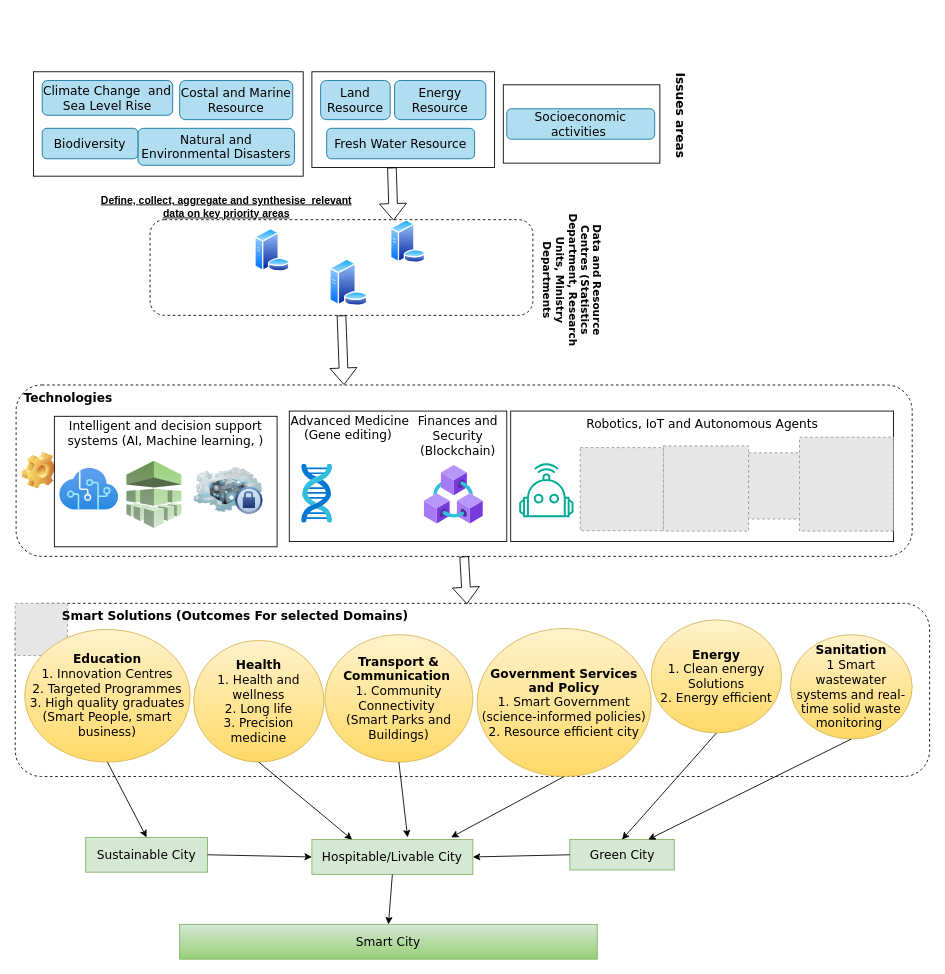
The draw.io diagram page "BarbudaSmart" (2 of 2) of SystemReasoningOverview.drawio in Kibolabs/Diagrams, before the edit. Source tidied: cells renumbered, new cells numbered last; positions are measured from the earlier drawing's top-left corner, leaving out a move shared by most shapes. Both pictures are drawn from the tidied source at 87%, with x=0, y=0 at pixel (15, 71). Pictures stored in the file or linked from it are replaced by grey dashed boxes.
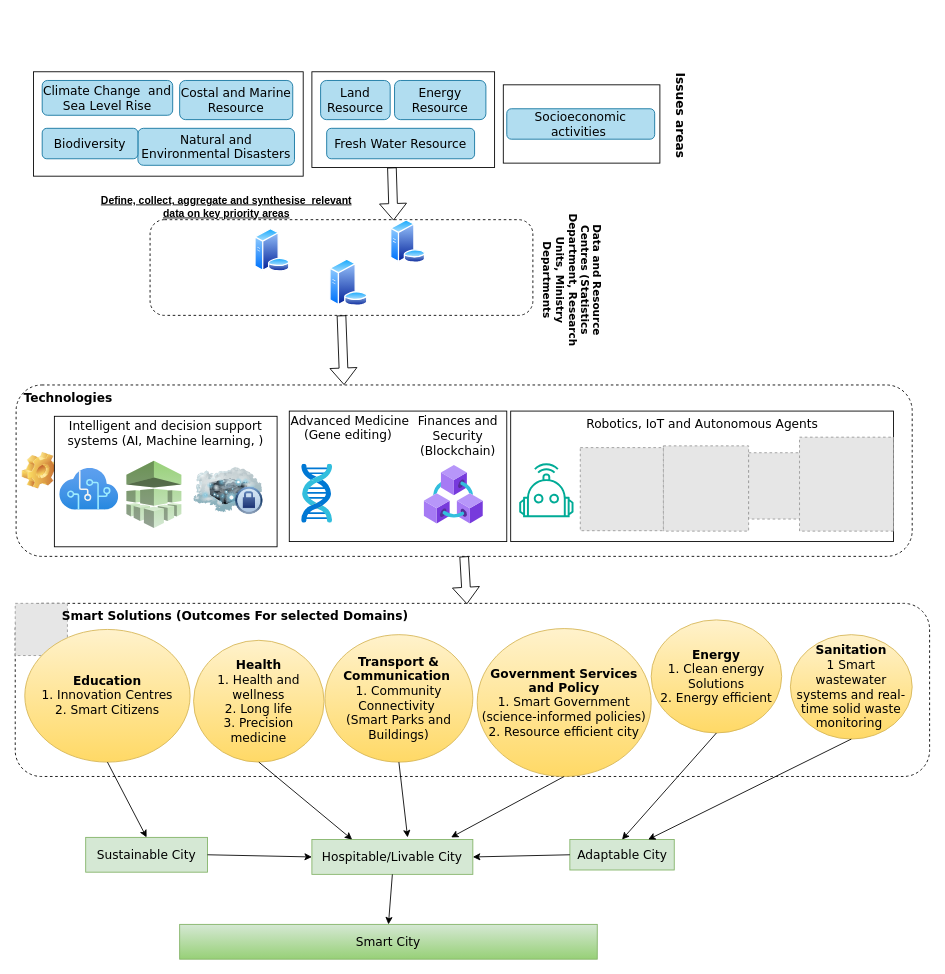
Above is the later version.

Diff of the diagram source:
```diff
@@
-    <mxCell id="15" value="Green City" style="rounded=0;whiteSpace=wrap;html=1;fontFamily=Verdana;fontSize=14;fillColor=#d5e8d4;strokeColor=#82b366;" parent="1" vertex="1">
+    <mxCell id="15" value="Adaptable City" style="rounded=0;whiteSpace=wrap;html=1;fontFamily=Verdana;fontSize=14;fillColor=#d5e8d4;strokeColor=#82b366;" parent="1" vertex="1">
       <mxGeometry x="637.5" y="882.5" width="120" height="35" as="geometry" />
     </mxCell>
@@
-    <mxCell id="41" value="&lt;b style=&quot;font-size: 14px;&quot;&gt;Education&lt;/b&gt;&lt;br style=&quot;font-size: 14px;&quot;&gt;1. Innovation Centres&lt;br style=&quot;font-size: 14px;&quot;&gt;2. Targeted Programmes&lt;br&gt;3. High quality graduates (Smart People, smart business)" style="ellipse;whiteSpace=wrap;html=1;fontFamily=Verdana;fontSize=14;fillColor=#fff2cc;strokeColor=#d6b656;gradientColor=#ffd966;" parent="1" vertex="1">
+    <mxCell id="41" value="&lt;b style=&quot;font-size: 14px;&quot;&gt;Education&lt;/b&gt;&lt;br style=&quot;font-size: 14px;&quot;&gt;1. Innovation Centres&lt;br style=&quot;font-size: 14px;&quot;&gt;2. Smart Citizens" style="ellipse;whiteSpace=wrap;html=1;fontFamily=Verdana;fontSize=14;fillColor=#fff2cc;strokeColor=#d6b656;gradientColor=#ffd966;" parent="1" vertex="1">
       <mxGeometry x="11" y="641" width="190" height="152.5" as="geometry" />
     </mxCell>
```
